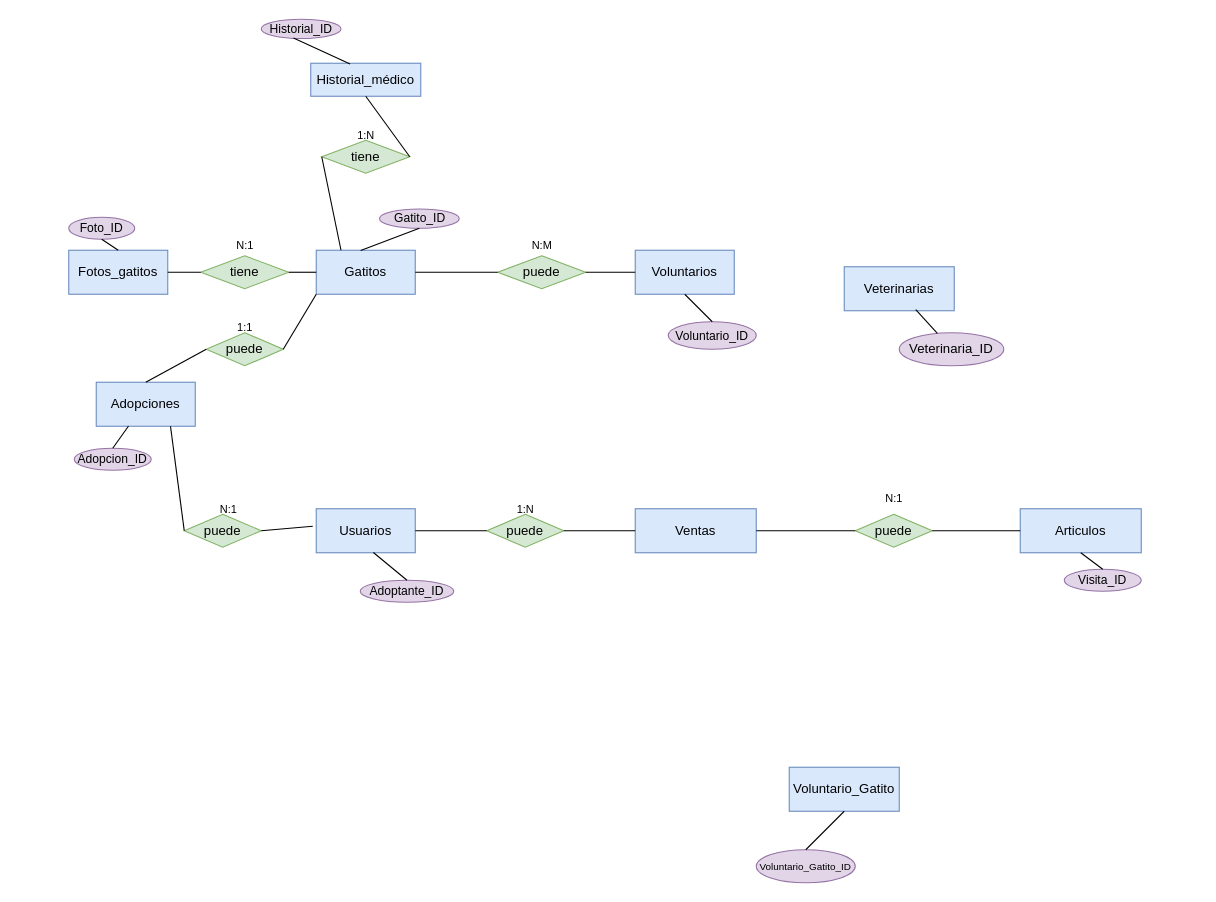
Earlier version of the draw.io diagram Modelo_concep.drawio (LorenaEsther/adopcion_gatitos). Source tidied: cells renumbered, new cells numbered last; positions are measured from the earlier drawing's top-left corner, leaving out a move shared by most shapes. Both pictures are drawn from the tidied source at 110%, with x=0, y=0 at pixel (68, 19).
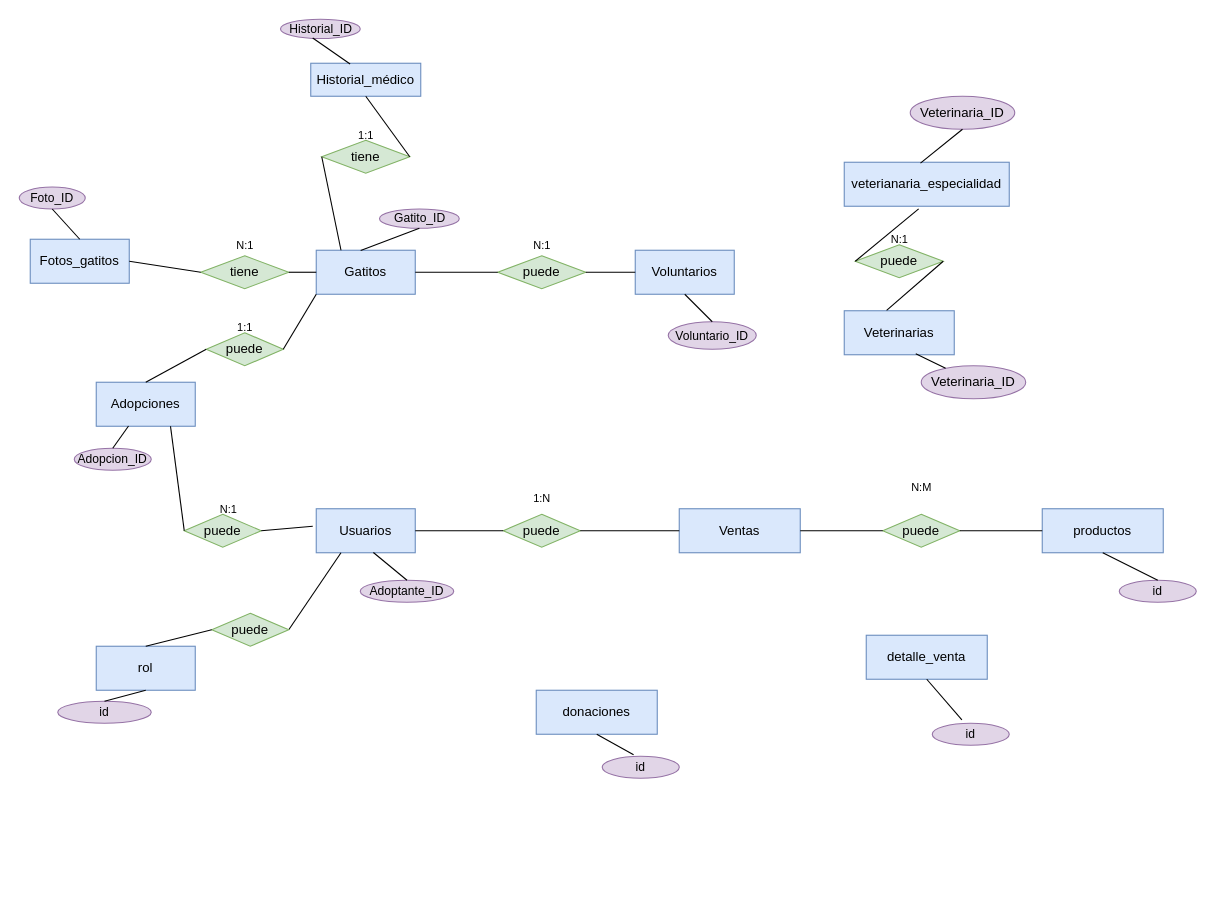
After the change.

Unchanged cells that the change refers to:
```xml
<mxCell id="4" value="Usuarios" style="rounded=0;whiteSpace=wrap;html=1;fillColor=#dae8fc;strokeColor=#6c8ebf;" parent="1" vertex="1">
  <mxGeometry x="225" y="445" width="90" height="40" as="geometry" />
</mxCell>
```

What changed in the source:
```diff
@@
     <mxCell id="3" value="Fotos_gatitos" style="rounded=0;whiteSpace=wrap;html=1;fillColor=#dae8fc;strokeColor=#6c8ebf;" parent="1" vertex="1">
-      <mxGeometry y="210" width="90" height="40" as="geometry" />
+      <mxGeometry x="-35" y="200" width="90" height="40" as="geometry" />
     </mxCell>
@@
-    <mxCell id="7" value="Voluntario_Gatito" style="rounded=0;whiteSpace=wrap;html=1;fillColor=#dae8fc;strokeColor=#6c8ebf;" parent="1" vertex="1">
-      <mxGeometry x="655" y="680" width="100" height="40" as="geometry" />
-    </mxCell>
-    <mxCell id="8" value="Articulos" style="rounded=0;whiteSpace=wrap;html=1;fillColor=#dae8fc;strokeColor=#6c8ebf;" parent="1" vertex="1">
-      <mxGeometry x="865" y="445" width="110" height="40" as="geometry" />
+    <mxCell id="8" value="productos" style="rounded=0;whiteSpace=wrap;html=1;fillColor=#dae8fc;strokeColor=#6c8ebf;" parent="1" vertex="1">
+      <mxGeometry x="885" y="445" width="110" height="40" as="geometry" />
     </mxCell>
@@
     <mxCell id="12" value="&lt;font style=&quot;font-size: 11px;&quot;&gt;Foto_ID&lt;/font&gt;" style="ellipse;whiteSpace=wrap;html=1;align=center;fillColor=#e1d5e7;strokeColor=#9673a6;" parent="1" vertex="1">
-      <mxGeometry y="180" width="60" height="20" as="geometry" />
+      <mxGeometry x="-45" y="152.5" width="60" height="20" as="geometry" />
     </mxCell>
@@
-    <mxCell id="18" value="&lt;font style=&quot;font-size: 9px;&quot;&gt;Voluntario_Gatito_ID&lt;/font&gt;" style="ellipse;whiteSpace=wrap;html=1;align=center;fillColor=#e1d5e7;strokeColor=#9673a6;" parent="1" vertex="1">
-      <mxGeometry x="625" y="755" width="90" height="30" as="geometry" />
-    </mxCell>
-    <mxCell id="19" style="endArrow=none;html=1;rounded=0;exitX=0.5;exitY=1;exitDx=0;exitDy=0;entryX=0.5;entryY=0;entryDx=0;entryDy=0;" parent="1" edge="1" source="7" target="18">
-      <mxGeometry relative="1" as="geometry" />
-    </mxCell>
@@
-    <mxCell id="27" value="&lt;span style=&quot;font-size: 10px;&quot;&gt;N:M&lt;/span&gt;" style="text;html=1;align=center;verticalAlign=middle;strokeColor=none;fillColor=none;" parent="1" vertex="1">
+    <mxCell id="27" value="&lt;span style=&quot;font-size: 10px;&quot;&gt;N:1&lt;/span&gt;" style="text;html=1;align=center;verticalAlign=middle;strokeColor=none;fillColor=none;" parent="1" vertex="1">
       <mxGeometry x="410" y="190" width="40" height="30" as="geometry" />
     </mxCell>
@@
-    <mxCell id="34" value="&lt;font style=&quot;font-size: 11px;&quot;&gt;Visita_ID&lt;/font&gt;" style="ellipse;whiteSpace=wrap;html=1;align=center;fillColor=#e1d5e7;strokeColor=#9673a6;" parent="1" vertex="1">
-      <mxGeometry x="905" y="500" width="70" height="20" as="geometry" />
+    <mxCell id="34" value="&lt;span style=&quot;font-size: 11px;&quot;&gt;id&lt;/span&gt;" style="ellipse;whiteSpace=wrap;html=1;align=center;fillColor=#e1d5e7;strokeColor=#9673a6;" parent="1" vertex="1">
+      <mxGeometry x="955" y="510" width="70" height="20" as="geometry" />
     </mxCell>
@@
     <mxCell id="39" value="Veterinarias" style="whiteSpace=wrap;html=1;align=center;fillColor=#dae8fc;strokeColor=#6c8ebf;" parent="1" vertex="1">
-      <mxGeometry x="705" y="225" width="100" height="40" as="geometry" />
+      <mxGeometry x="705" y="265" width="100" height="40" as="geometry" />
     </mxCell>
     <mxCell id="40" value="Veterinaria_ID" style="ellipse;whiteSpace=wrap;html=1;align=center;fillColor=#e1d5e7;strokeColor=#9673a6;" parent="1" vertex="1">
-      <mxGeometry x="755" y="285" width="95" height="30" as="geometry" />
+      <mxGeometry x="775" y="315" width="95" height="30" as="geometry" />
     </mxCell>
@@
     <mxCell id="43" value="&lt;font style=&quot;font-size: 11px;&quot;&gt;Historial_ID&lt;/font&gt;" style="ellipse;whiteSpace=wrap;html=1;align=center;fillColor=#e1d5e7;strokeColor=#9673a6;" parent="1" vertex="1">
-      <mxGeometry x="175" width="72.5" height="17.5" as="geometry" />
+      <mxGeometry x="192.5" width="72.5" height="17.5" as="geometry" />
     </mxCell>
@@
-    <mxCell id="47" value="&lt;font style=&quot;font-size: 10px;&quot;&gt;1:N&lt;/font&gt;" style="text;html=1;align=center;verticalAlign=middle;strokeColor=none;fillColor=none;" parent="1" vertex="1">
+    <mxCell id="47" value="&lt;font style=&quot;font-size: 10px;&quot;&gt;1:1&lt;/font&gt;" style="text;html=1;align=center;verticalAlign=middle;strokeColor=none;fillColor=none;" parent="1" vertex="1">
       <mxGeometry x="250" y="90" width="40" height="30" as="geometry" />
     </mxCell>
@@
     <mxCell id="49" value="puede" style="shape=rhombus;perimeter=rhombusPerimeter;whiteSpace=wrap;html=1;align=center;fillColor=#d5e8d4;strokeColor=#82b366;" parent="1" vertex="1">
-      <mxGeometry x="380" y="450" width="70" height="30" as="geometry" />
+      <mxGeometry x="395" y="450" width="70" height="30" as="geometry" />
     </mxCell>
     <mxCell id="50" value="Ventas" style="rounded=0;whiteSpace=wrap;html=1;fillColor=#dae8fc;strokeColor=#6c8ebf;" parent="1" vertex="1">
-      <mxGeometry x="515" y="445" width="110" height="40" as="geometry" />
+      <mxGeometry x="555" y="445" width="110" height="40" as="geometry" />
     </mxCell>
     <mxCell id="51" value="puede" style="shape=rhombus;perimeter=rhombusPerimeter;whiteSpace=wrap;html=1;align=center;fillColor=#d5e8d4;strokeColor=#82b366;" parent="1" vertex="1">
-      <mxGeometry x="715" y="450" width="70" height="30" as="geometry" />
+      <mxGeometry x="740" y="450" width="70" height="30" as="geometry" />
     </mxCell>
@@
-    <mxCell id="56" value="&lt;font style=&quot;font-size: 10px;&quot;&gt;N:1&lt;/font&gt;" style="text;html=1;align=center;verticalAlign=middle;strokeColor=none;fillColor=none;" parent="1" vertex="1">
-      <mxGeometry x="730" y="420" width="40" height="30" as="geometry" />
+    <mxCell id="56" value="&lt;font style=&quot;font-size: 10px;&quot;&gt;N:M&lt;/font&gt;" style="text;html=1;align=center;verticalAlign=middle;strokeColor=none;fillColor=none;" parent="1" vertex="1">
+      <mxGeometry x="755" y="410" width="40" height="30" as="geometry" />
     </mxCell>
     <mxCell id="57" value="&lt;font style=&quot;font-size: 10px;&quot;&gt;1:N&lt;/font&gt;" style="text;html=1;align=center;verticalAlign=middle;strokeColor=none;fillColor=none;" parent="1" vertex="1">
-      <mxGeometry x="395" y="430" width="40" height="30" as="geometry" />
+      <mxGeometry x="410" y="420" width="40" height="30" as="geometry" />
     </mxCell>
+    <mxCell id="58" value="veterianaria_especialidad" style="whiteSpace=wrap;html=1;align=center;fillColor=#dae8fc;strokeColor=#6c8ebf;" parent="1" vertex="1">
+      <mxGeometry x="705" y="130" width="150" height="40" as="geometry" />
+    </mxCell>
+    <mxCell id="59" value="Veterinaria_ID" style="ellipse;whiteSpace=wrap;html=1;align=center;fillColor=#e1d5e7;strokeColor=#9673a6;" parent="1" vertex="1">
+      <mxGeometry x="765" y="70" width="95" height="30" as="geometry" />
+    </mxCell>
+    <mxCell id="60" style="endArrow=none;html=1;rounded=0;exitX=0.462;exitY=0.021;exitDx=0;exitDy=0;exitPerimeter=0;entryX=0.5;entryY=1;entryDx=0;entryDy=0;" parent="1" edge="1" source="58" target="59">
+      <mxGeometry relative="1" as="geometry" />
+    </mxCell>
+    <mxCell id="61" value="puede" style="shape=rhombus;perimeter=rhombusPerimeter;whiteSpace=wrap;html=1;align=center;fillColor=#d5e8d4;strokeColor=#82b366;" parent="1" vertex="1">
+      <mxGeometry x="715" y="205" width="80" height="30" as="geometry" />
+    </mxCell>
+    <mxCell id="62" style="endArrow=none;html=1;rounded=0;entryX=1;entryY=0.5;entryDx=0;entryDy=0;exitX=0.385;exitY=-0.008;exitDx=0;exitDy=0;exitPerimeter=0;" parent="1" edge="1" source="39" target="61">
+      <mxGeometry relative="1" as="geometry" />
+    </mxCell>
+    <mxCell id="63" style="endArrow=none;html=1;rounded=0;entryX=0;entryY=0.5;entryDx=0;entryDy=0;exitX=0.451;exitY=1.06;exitDx=0;exitDy=0;exitPerimeter=0;" parent="1" edge="1" source="58" target="61">
+      <mxGeometry relative="1" as="geometry" />
+    </mxCell>
+    <mxCell id="64" value="&lt;span style=&quot;font-size: 10px;&quot;&gt;N:1&lt;/span&gt;" style="text;html=1;align=center;verticalAlign=middle;strokeColor=none;fillColor=none;" parent="1" vertex="1">
+      <mxGeometry x="735" y="185" width="40" height="30" as="geometry" />
+    </mxCell>
+    <mxCell id="65" value="detalle_venta" style="rounded=0;whiteSpace=wrap;html=1;fillColor=#dae8fc;strokeColor=#6c8ebf;" parent="1" vertex="1">
+      <mxGeometry x="725" y="560" width="110" height="40" as="geometry" />
+    </mxCell>
+    <mxCell id="66" value="&lt;span style=&quot;font-size: 11px;&quot;&gt;id&lt;/span&gt;" style="ellipse;whiteSpace=wrap;html=1;align=center;fillColor=#e1d5e7;strokeColor=#9673a6;" parent="1" vertex="1">
+      <mxGeometry x="785" y="640" width="70" height="20" as="geometry" />
+    </mxCell>
+    <mxCell id="67" style="endArrow=none;html=1;rounded=0;entryX=0.5;entryY=1;entryDx=0;entryDy=0;exitX=0.385;exitY=-0.15;exitDx=0;exitDy=0;exitPerimeter=0;" parent="1" edge="1" source="66" target="65">
+      <mxGeometry relative="1" as="geometry" />
+    </mxCell>
+    <mxCell id="68" value="rol" style="rounded=0;whiteSpace=wrap;html=1;fillColor=#dae8fc;strokeColor=#6c8ebf;" parent="1" vertex="1">
+      <mxGeometry x="25" y="570" width="90" height="40" as="geometry" />
+    </mxCell>
+    <mxCell id="69" value="&lt;font style=&quot;font-size: 11px;&quot;&gt;id&lt;/font&gt;" style="ellipse;whiteSpace=wrap;html=1;align=center;fillColor=#e1d5e7;strokeColor=#9673a6;" parent="1" vertex="1">
+      <mxGeometry x="-10" y="620" width="85" height="20" as="geometry" />
+    </mxCell>
+    <mxCell id="70" style="endArrow=none;html=1;rounded=0;entryX=0.25;entryY=1;entryDx=0;entryDy=0;exitX=1;exitY=0.5;exitDx=0;exitDy=0;" parent="1" edge="1" source="75" target="4">
+      <mxGeometry relative="1" as="geometry" />
+    </mxCell>
+    <mxCell id="71" style="endArrow=none;html=1;rounded=0;exitX=0.5;exitY=1;exitDx=0;exitDy=0;entryX=0.5;entryY=0;entryDx=0;entryDy=0;" parent="1" edge="1" source="68" target="69">
+      <mxGeometry relative="1" as="geometry" />
+    </mxCell>
+    <mxCell id="72" value="donaciones" style="rounded=0;whiteSpace=wrap;html=1;fillColor=#dae8fc;strokeColor=#6c8ebf;" parent="1" vertex="1">
+      <mxGeometry x="425" y="610" width="110" height="40" as="geometry" />
+    </mxCell>
+    <mxCell id="73" value="&lt;span style=&quot;font-size: 11px;&quot;&gt;id&lt;/span&gt;" style="ellipse;whiteSpace=wrap;html=1;align=center;fillColor=#e1d5e7;strokeColor=#9673a6;" parent="1" vertex="1">
+      <mxGeometry x="485" y="670" width="70" height="20" as="geometry" />
+    </mxCell>
+    <mxCell id="74" style="endArrow=none;html=1;rounded=0;entryX=0.5;entryY=1;entryDx=0;entryDy=0;exitX=0.407;exitY=-0.073;exitDx=0;exitDy=0;exitPerimeter=0;" parent="1" edge="1" source="73" target="72">
+      <mxGeometry relative="1" as="geometry" />
+    </mxCell>
+    <mxCell id="75" value="puede" style="shape=rhombus;perimeter=rhombusPerimeter;whiteSpace=wrap;html=1;align=center;fillColor=#d5e8d4;strokeColor=#82b366;" parent="1" vertex="1">
+      <mxGeometry x="130" y="540" width="70" height="30" as="geometry" />
+    </mxCell>
+    <mxCell id="76" style="endArrow=none;html=1;rounded=0;entryX=0.5;entryY=0;entryDx=0;entryDy=0;exitX=0;exitY=0.5;exitDx=0;exitDy=0;" parent="1" edge="1" source="75" target="68">
+      <mxGeometry relative="1" as="geometry" />
+    </mxCell>
```
